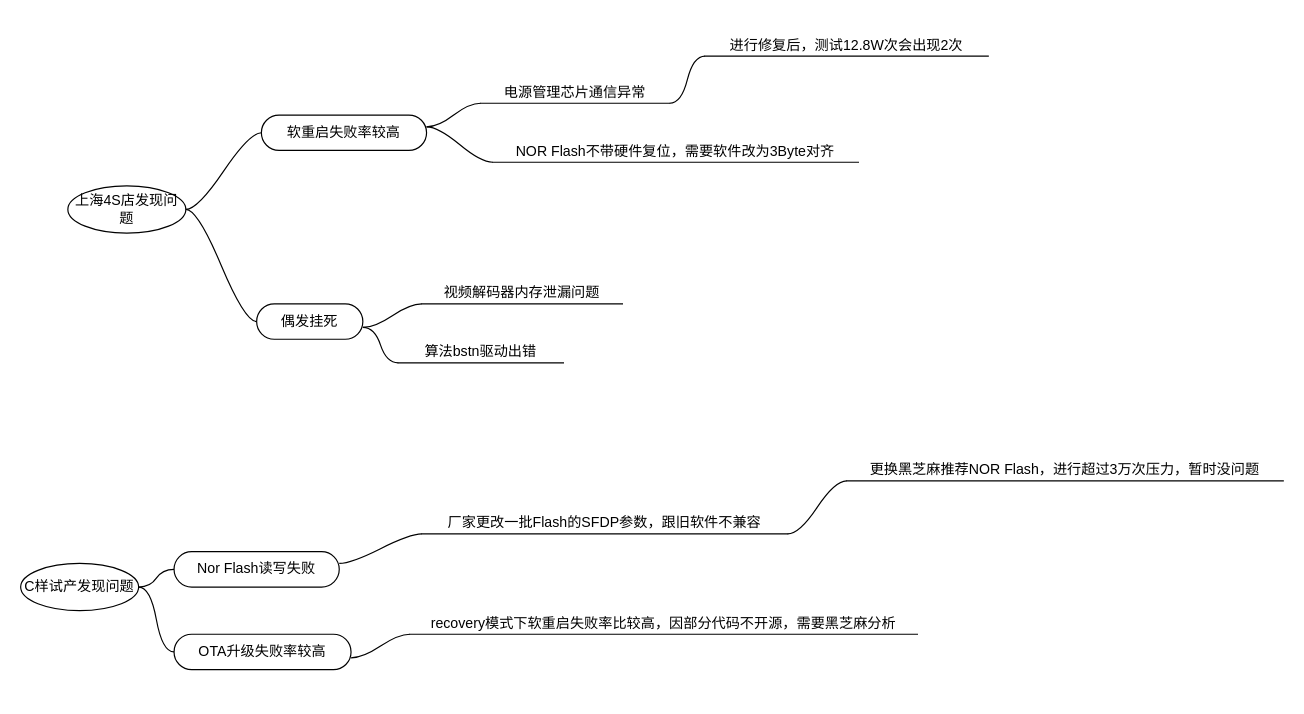
The draw.io diagram 未命名绘图.drawio in vellonj/PropScope, before the edit. Source tidied: cells renumbered, new cells numbered last; positions are measured from the earlier drawing's top-left corner, leaving out a move shared by most shapes. Both pictures are drawn from the tidied source at 118%, with x=0, y=0 at pixel (20, 20).
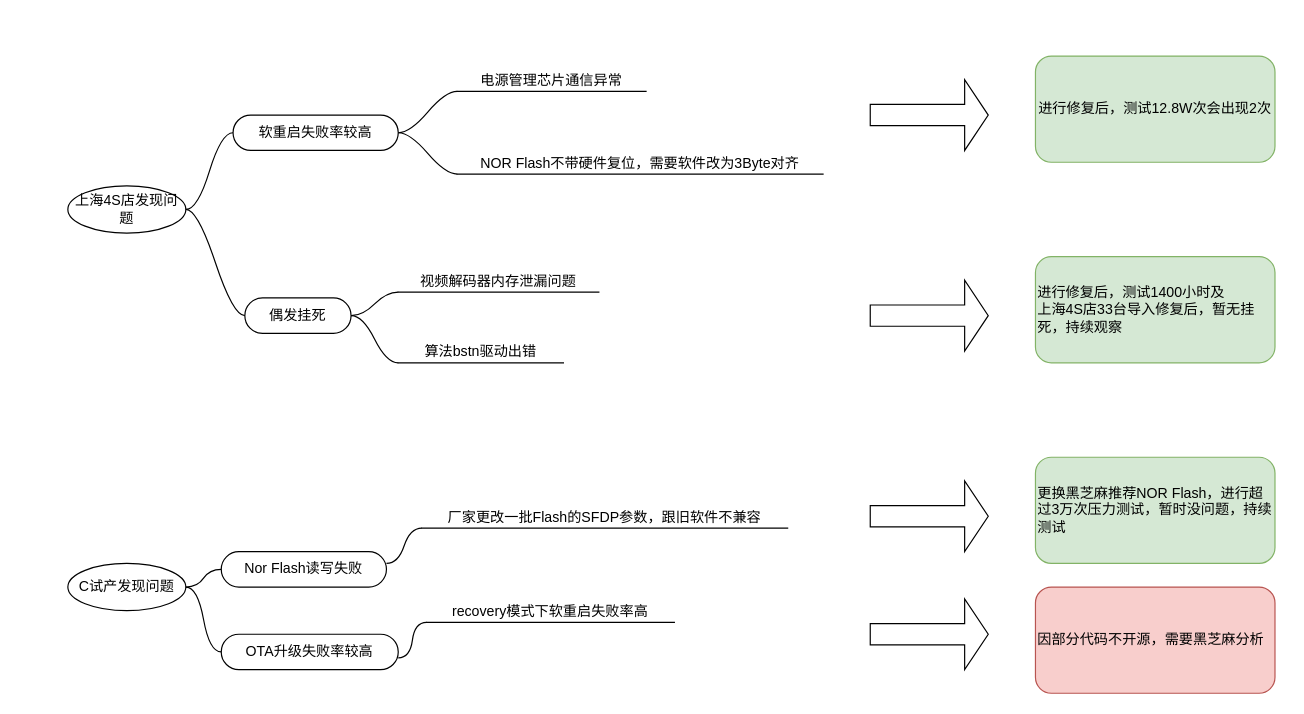
The same page after the edit.

Commit message (it also covers changes not shown here):
更新未命名绘图.drawio

The change refers to these unchanged cells:
```xml
<mxCell id="16" value="算法bstn驱动出错" style="whiteSpace=wrap;html=1;shape=partialRectangle;top=0;left=0;bottom=1;right=0;points=[[0,1],[1,1]];fillColor=none;align=center;verticalAlign=bottom;routingCenterY=0.5;snapToPoint=1;newEdgeStyle={&quot;edgeStyle&quot;:&quot;entityRelationEdgeStyle&quot;,&quot;startArrow&quot;:&quot;none&quot;,&quot;endArrow&quot;:&quot;none&quot;,&quot;segment&quot;:10,&quot;curved&quot;:1,&quot;sourcePerimeterSpacing&quot;:0,&quot;targetPerimeterSpacing&quot;:0};" parent="1" vertex="1">
  <mxGeometry x="320" y="260" width="140" height="30" as="geometry" />
</mxCell>
```

The edit, as a diff of the source:
```diff
@@
     <mxCell id="3" value="软重启失败率较高" style="whiteSpace=wrap;html=1;rounded=1;arcSize=50;align=center;verticalAlign=middle;strokeWidth=1;spacing=4;newEdgeStyle={&quot;edgeStyle&quot;:&quot;entityRelationEdgeStyle&quot;,&quot;startArrow&quot;:&quot;none&quot;,&quot;endArrow&quot;:&quot;none&quot;,&quot;segment&quot;:10,&quot;curved&quot;:1,&quot;sourcePerimeterSpacing&quot;:0,&quot;targetPerimeterSpacing&quot;:0};" parent="1" vertex="1">
-      <mxGeometry x="204" y="80" width="140" height="30" as="geometry" />
+      <mxGeometry x="180" y="80" width="140" height="30" as="geometry" />
     </mxCell>
@@
     <mxCell id="5" value="偶发挂死" style="whiteSpace=wrap;html=1;rounded=1;arcSize=50;align=center;verticalAlign=middle;strokeWidth=1;spacing=4;newEdgeStyle={&quot;edgeStyle&quot;:&quot;entityRelationEdgeStyle&quot;,&quot;startArrow&quot;:&quot;none&quot;,&quot;endArrow&quot;:&quot;none&quot;,&quot;segment&quot;:10,&quot;curved&quot;:1,&quot;sourcePerimeterSpacing&quot;:0,&quot;targetPerimeterSpacing&quot;:0};" parent="1" vertex="1">
-      <mxGeometry x="200" y="240" width="90" height="30" as="geometry" />
+      <mxGeometry x="190" y="235" width="90" height="30" as="geometry" />
     </mxCell>
@@
-    <mxCell id="7" value="C样试产发现问题" style="ellipse;whiteSpace=wrap;html=1;align=center;newEdgeStyle={&quot;edgeStyle&quot;:&quot;entityRelationEdgeStyle&quot;,&quot;startArrow&quot;:&quot;none&quot;,&quot;endArrow&quot;:&quot;none&quot;,&quot;segment&quot;:10,&quot;curved&quot;:1,&quot;sourcePerimeterSpacing&quot;:0,&quot;targetPerimeterSpacing&quot;:0};" parent="1" vertex="1">
-      <mxGeometry y="460" width="100" height="40" as="geometry" />
+    <mxCell id="7" value="C试产发现问题" style="ellipse;whiteSpace=wrap;html=1;align=center;newEdgeStyle={&quot;edgeStyle&quot;:&quot;entityRelationEdgeStyle&quot;,&quot;startArrow&quot;:&quot;none&quot;,&quot;endArrow&quot;:&quot;none&quot;,&quot;segment&quot;:10,&quot;curved&quot;:1,&quot;sourcePerimeterSpacing&quot;:0,&quot;targetPerimeterSpacing&quot;:0};" parent="1" vertex="1">
+      <mxGeometry x="40" y="460" width="100" height="40" as="geometry" />
     </mxCell>
     <mxCell id="8" value="OTA升级失败率较高" style="whiteSpace=wrap;html=1;rounded=1;arcSize=50;align=center;verticalAlign=middle;strokeWidth=1;spacing=4;newEdgeStyle={&quot;edgeStyle&quot;:&quot;entityRelationEdgeStyle&quot;,&quot;startArrow&quot;:&quot;none&quot;,&quot;endArrow&quot;:&quot;none&quot;,&quot;segment&quot;:10,&quot;curved&quot;:1,&quot;sourcePerimeterSpacing&quot;:0,&quot;targetPerimeterSpacing&quot;:0};" parent="1" vertex="1">
-      <mxGeometry x="130" y="520" width="150" height="30" as="geometry" />
+      <mxGeometry x="170" y="520" width="150" height="30" as="geometry" />
     </mxCell>
     <mxCell id="9" style="edgeStyle=entityRelationEdgeStyle;startArrow=none;endArrow=none;segment=10;curved=1;sourcePerimeterSpacing=0;targetPerimeterSpacing=0;rounded=0;" parent="1" edge="1" target="8">
       <mxGeometry relative="1" as="geometry">
-        <mxPoint x="100" y="480" as="sourcePoint" />
+        <mxPoint x="140" y="480" as="sourcePoint" />
       </mxGeometry>
     </mxCell>
     <mxCell id="10" value="Nor Flash读写失败" style="whiteSpace=wrap;html=1;rounded=1;arcSize=50;align=center;verticalAlign=middle;strokeWidth=1;spacing=4;newEdgeStyle={&quot;edgeStyle&quot;:&quot;entityRelationEdgeStyle&quot;,&quot;startArrow&quot;:&quot;none&quot;,&quot;endArrow&quot;:&quot;none&quot;,&quot;segment&quot;:10,&quot;curved&quot;:1,&quot;sourcePerimeterSpacing&quot;:0,&quot;targetPerimeterSpacing&quot;:0};" parent="1" vertex="1">
-      <mxGeometry x="130" y="450" width="140" height="30" as="geometry" />
+      <mxGeometry x="170" y="450" width="140" height="30" as="geometry" />
     </mxCell>
     <mxCell id="11" style="edgeStyle=entityRelationEdgeStyle;startArrow=none;endArrow=none;segment=10;curved=1;sourcePerimeterSpacing=0;targetPerimeterSpacing=0;rounded=0;" parent="1" edge="1" target="10">
       <mxGeometry relative="1" as="geometry">
-        <mxPoint x="100" y="480" as="sourcePoint" />
+        <mxPoint x="140" y="480" as="sourcePoint" />
       </mxGeometry>
     </mxCell>
     <mxCell id="12" value="电源管理芯片通信异常" style="whiteSpace=wrap;html=1;shape=partialRectangle;top=0;left=0;bottom=1;right=0;points=[[0,1],[1,1]];fillColor=none;align=center;verticalAlign=bottom;routingCenterY=0.5;snapToPoint=1;newEdgeStyle={&quot;edgeStyle&quot;:&quot;entityRelationEdgeStyle&quot;,&quot;startArrow&quot;:&quot;none&quot;,&quot;endArrow&quot;:&quot;none&quot;,&quot;segment&quot;:10,&quot;curved&quot;:1,&quot;sourcePerimeterSpacing&quot;:0,&quot;targetPerimeterSpacing&quot;:0};" parent="1" vertex="1">
-      <mxGeometry x="390" y="40" width="160" height="30" as="geometry" />
+      <mxGeometry x="370" y="30" width="160" height="30" as="geometry" />
     </mxCell>
-    <mxCell id="13" style="edgeStyle=entityRelationEdgeStyle;startArrow=none;endArrow=none;segment=10;curved=1;sourcePerimeterSpacing=0;targetPerimeterSpacing=0;rounded=0;" parent="1" edge="1" target="12">
-      <mxGeometry relative="1" as="geometry">
-        <mxPoint x="344" y="90" as="sourcePoint" />
-      </mxGeometry>
+    <mxCell id="13" style="edgeStyle=entityRelationEdgeStyle;startArrow=none;endArrow=none;segment=10;curved=1;sourcePerimeterSpacing=0;targetPerimeterSpacing=0;rounded=0;exitX=1;exitY=0.5;exitDx=0;exitDy=0;" parent="1" edge="1" source="3" target="12">
+      <mxGeometry relative="1" as="geometry" />
     </mxCell>
     <mxCell id="14" value="NOR Flash不带硬件复位，需要软件改为3Byte对齐" style="whiteSpace=wrap;html=1;shape=partialRectangle;top=0;left=0;bottom=1;right=0;points=[[0,1],[1,1]];fillColor=none;align=center;verticalAlign=bottom;routingCenterY=0.5;snapToPoint=1;newEdgeStyle={&quot;edgeStyle&quot;:&quot;entityRelationEdgeStyle&quot;,&quot;startArrow&quot;:&quot;none&quot;,&quot;endArrow&quot;:&quot;none&quot;,&quot;segment&quot;:10,&quot;curved&quot;:1,&quot;sourcePerimeterSpacing&quot;:0,&quot;targetPerimeterSpacing&quot;:0};" parent="1" vertex="1">
-      <mxGeometry x="400" y="90" width="310" height="30" as="geometry" />
+      <mxGeometry x="370" y="100" width="310" height="30" as="geometry" />
     </mxCell>
-    <mxCell id="15" style="edgeStyle=entityRelationEdgeStyle;startArrow=none;endArrow=none;segment=10;curved=1;sourcePerimeterSpacing=0;targetPerimeterSpacing=0;rounded=0;" parent="1" edge="1" target="14">
+    <mxCell id="15" style="edgeStyle=entityRelationEdgeStyle;startArrow=none;endArrow=none;segment=10;curved=1;sourcePerimeterSpacing=0;targetPerimeterSpacing=0;rounded=0;exitX=1;exitY=0.5;exitDx=0;exitDy=0;" parent="1" edge="1" source="3" target="14">
       <mxGeometry relative="1" as="geometry">
-        <mxPoint x="344" y="90" as="sourcePoint" />
+        <Array as="points">
+          <mxPoint x="350" y="100" />
+        </Array>
       </mxGeometry>
     </mxCell>
@@
-    <mxCell id="17" style="edgeStyle=entityRelationEdgeStyle;startArrow=none;endArrow=none;segment=10;curved=1;sourcePerimeterSpacing=0;targetPerimeterSpacing=0;rounded=0;" parent="1" edge="1" target="16">
-      <mxGeometry relative="1" as="geometry">
-        <mxPoint x="290" y="260" as="sourcePoint" />
-      </mxGeometry>
+    <mxCell id="17" style="edgeStyle=entityRelationEdgeStyle;startArrow=none;endArrow=none;segment=10;curved=1;sourcePerimeterSpacing=0;targetPerimeterSpacing=0;rounded=0;exitX=1;exitY=0.5;exitDx=0;exitDy=0;" parent="1" edge="1" source="5" target="16">
+      <mxGeometry relative="1" as="geometry" />
     </mxCell>
     <mxCell id="18" value="视频解码器内存泄漏问题" style="whiteSpace=wrap;html=1;shape=partialRectangle;top=0;left=0;bottom=1;right=0;points=[[0,1],[1,1]];fillColor=none;align=center;verticalAlign=bottom;routingCenterY=0.5;snapToPoint=1;newEdgeStyle={&quot;edgeStyle&quot;:&quot;entityRelationEdgeStyle&quot;,&quot;startArrow&quot;:&quot;none&quot;,&quot;endArrow&quot;:&quot;none&quot;,&quot;segment&quot;:10,&quot;curved&quot;:1,&quot;sourcePerimeterSpacing&quot;:0,&quot;targetPerimeterSpacing&quot;:0};" parent="1" vertex="1">
-      <mxGeometry x="340" y="210" width="170" height="30" as="geometry" />
+      <mxGeometry x="320" y="200" width="170" height="30" as="geometry" />
     </mxCell>
-    <mxCell id="19" style="edgeStyle=entityRelationEdgeStyle;startArrow=none;endArrow=none;segment=10;curved=1;sourcePerimeterSpacing=0;targetPerimeterSpacing=0;rounded=0;" parent="1" edge="1" target="18">
-      <mxGeometry relative="1" as="geometry">
-        <mxPoint x="290" y="260" as="sourcePoint" />
-      </mxGeometry>
+    <mxCell id="19" style="edgeStyle=entityRelationEdgeStyle;startArrow=none;endArrow=none;segment=10;curved=1;sourcePerimeterSpacing=0;targetPerimeterSpacing=0;rounded=0;exitX=1;exitY=0.5;exitDx=0;exitDy=0;" parent="1" edge="1" source="5" target="18">
+      <mxGeometry relative="1" as="geometry" />
     </mxCell>
     <mxCell id="20" value="厂家更改一批Flash的SFDP参数，跟旧软件不兼容" style="whiteSpace=wrap;html=1;shape=partialRectangle;top=0;left=0;bottom=1;right=0;points=[[0,1],[1,1]];fillColor=none;align=center;verticalAlign=bottom;routingCenterY=0.5;snapToPoint=1;newEdgeStyle={&quot;edgeStyle&quot;:&quot;entityRelationEdgeStyle&quot;,&quot;startArrow&quot;:&quot;none&quot;,&quot;endArrow&quot;:&quot;none&quot;,&quot;segment&quot;:10,&quot;curved&quot;:1,&quot;sourcePerimeterSpacing&quot;:0,&quot;targetPerimeterSpacing&quot;:0};" parent="1" vertex="1">
-      <mxGeometry x="340" y="405" width="310" height="30" as="geometry" />
+      <mxGeometry x="340" y="400" width="310" height="30" as="geometry" />
     </mxCell>
     <mxCell id="21" style="edgeStyle=entityRelationEdgeStyle;startArrow=none;endArrow=none;segment=10;curved=1;sourcePerimeterSpacing=0;targetPerimeterSpacing=0;rounded=0;" parent="1" edge="1" target="20">
       <mxGeometry relative="1" as="geometry">
-        <mxPoint x="270" y="460" as="sourcePoint" />
+        <mxPoint x="310" y="460" as="sourcePoint" />
       </mxGeometry>
     </mxCell>
-    <mxCell id="22" value="recovery模式下软重启失败率比较高，因部分代码不开源，需要黑芝麻分析" style="whiteSpace=wrap;html=1;shape=partialRectangle;top=0;left=0;bottom=1;right=0;points=[[0,1],[1,1]];fillColor=none;align=center;verticalAlign=bottom;routingCenterY=0.5;snapToPoint=1;newEdgeStyle={&quot;edgeStyle&quot;:&quot;entityRelationEdgeStyle&quot;,&quot;startArrow&quot;:&quot;none&quot;,&quot;endArrow&quot;:&quot;none&quot;,&quot;segment&quot;:10,&quot;curved&quot;:1,&quot;sourcePerimeterSpacing&quot;:0,&quot;targetPerimeterSpacing&quot;:0};" parent="1" vertex="1">
-      <mxGeometry x="330" y="490" width="430" height="30" as="geometry" />
+    <mxCell id="22" value="recovery模式下软重启失败率高" style="whiteSpace=wrap;html=1;shape=partialRectangle;top=0;left=0;bottom=1;right=0;points=[[0,1],[1,1]];fillColor=none;align=center;verticalAlign=bottom;routingCenterY=0.5;snapToPoint=1;newEdgeStyle={&quot;edgeStyle&quot;:&quot;entityRelationEdgeStyle&quot;,&quot;startArrow&quot;:&quot;none&quot;,&quot;endArrow&quot;:&quot;none&quot;,&quot;segment&quot;:10,&quot;curved&quot;:1,&quot;sourcePerimeterSpacing&quot;:0,&quot;targetPerimeterSpacing&quot;:0};" parent="1" vertex="1">
+      <mxGeometry x="344" y="480" width="210" height="30" as="geometry" />
     </mxCell>
     <mxCell id="23" style="edgeStyle=entityRelationEdgeStyle;startArrow=none;endArrow=none;segment=10;curved=1;sourcePerimeterSpacing=0;targetPerimeterSpacing=0;rounded=0;" parent="1" edge="1" target="22">
       <mxGeometry relative="1" as="geometry">
-        <mxPoint x="280" y="540" as="sourcePoint" />
+        <mxPoint x="320" y="540" as="sourcePoint" />
       </mxGeometry>
     </mxCell>
-    <mxCell id="24" value="进行修复后，测试12.8W次会出现2次" style="whiteSpace=wrap;html=1;shape=partialRectangle;top=0;left=0;bottom=1;right=0;points=[[0,1],[1,1]];fillColor=none;align=center;verticalAlign=bottom;routingCenterY=0.5;snapToPoint=1;newEdgeStyle={&quot;edgeStyle&quot;:&quot;entityRelationEdgeStyle&quot;,&quot;startArrow&quot;:&quot;none&quot;,&quot;endArrow&quot;:&quot;none&quot;,&quot;segment&quot;:10,&quot;curved&quot;:1,&quot;sourcePerimeterSpacing&quot;:0,&quot;targetPerimeterSpacing&quot;:0};" parent="1" vertex="1">
-      <mxGeometry x="580" width="240" height="30" as="geometry" />
+    <mxCell id="24" value="进行修复后，测试12.8W次会出现2次" style="rounded=1;whiteSpace=wrap;html=1;fillColor=#d5e8d4;strokeColor=#82b366;" parent="1" vertex="1">
+      <mxGeometry x="860" y="30" width="203" height="90" as="geometry" />
     </mxCell>
-    <mxCell id="25" style="edgeStyle=entityRelationEdgeStyle;startArrow=none;endArrow=none;segment=10;curved=1;sourcePerimeterSpacing=0;targetPerimeterSpacing=0;rounded=0;" parent="1" edge="1" target="24">
-      <mxGeometry relative="1" as="geometry">
-        <mxPoint x="550" y="70" as="sourcePoint" />
-      </mxGeometry>
-    </mxCell>
-    <mxCell id="26" value="更换黑芝麻推荐NOR Flash，进行超过3万次压力，暂时没问题" style="whiteSpace=wrap;html=1;shape=partialRectangle;top=0;left=0;bottom=1;right=0;points=[[0,1],[1,1]];fillColor=none;align=center;verticalAlign=bottom;routingCenterY=0.5;snapToPoint=1;newEdgeStyle={&quot;edgeStyle&quot;:&quot;entityRelationEdgeStyle&quot;,&quot;startArrow&quot;:&quot;none&quot;,&quot;endArrow&quot;:&quot;none&quot;,&quot;segment&quot;:10,&quot;curved&quot;:1,&quot;sourcePerimeterSpacing&quot;:0,&quot;targetPerimeterSpacing&quot;:0};" parent="1" vertex="1">
-      <mxGeometry x="700" y="360" width="370" height="30" as="geometry" />
-    </mxCell>
-    <mxCell id="27" style="edgeStyle=entityRelationEdgeStyle;startArrow=none;endArrow=none;segment=10;curved=1;sourcePerimeterSpacing=0;targetPerimeterSpacing=0;rounded=0;" parent="1" edge="1" target="26">
-      <mxGeometry relative="1" as="geometry">
-        <mxPoint x="650" y="435" as="sourcePoint" />
-      </mxGeometry>
-    </mxCell>
+    <mxCell id="28" style="shape=singleArrow;whiteSpace=wrap;html=1;" parent="1" vertex="1">
+      <mxGeometry x="720" y="50" width="100" height="60" as="geometry" />
+    </mxCell>
+    <mxCell id="29" value="进行修复后，测试1400小时及&lt;div&gt;上海4S店33台导入修复后，暂无挂死，持续观察&lt;/div&gt;" style="rounded=1;whiteSpace=wrap;html=1;fillColor=#d5e8d4;strokeColor=#82b366;align=left;" parent="1" vertex="1">
+      <mxGeometry x="860" y="200" width="203" height="90" as="geometry" />
+    </mxCell>
+    <mxCell id="30" style="shape=singleArrow;whiteSpace=wrap;html=1;" parent="1" vertex="1">
+      <mxGeometry x="720" y="220" width="100" height="60" as="geometry" />
+    </mxCell>
+    <mxCell id="31" value="更换黑芝麻推荐NOR Flash，进行超过3万次压力测试，暂时没问题，持续测试" style="rounded=1;whiteSpace=wrap;html=1;fillColor=#d5e8d4;strokeColor=#82b366;align=left;" parent="1" vertex="1">
+      <mxGeometry x="860" y="370" width="203" height="90" as="geometry" />
+    </mxCell>
+    <mxCell id="32" style="shape=singleArrow;whiteSpace=wrap;html=1;" parent="1" vertex="1">
+      <mxGeometry x="720" y="390" width="100" height="60" as="geometry" />
+    </mxCell>
+    <mxCell id="33" value="因部分代码不开源，需要黑芝麻分析" style="rounded=1;whiteSpace=wrap;html=1;fillColor=#f8cecc;strokeColor=#b85450;align=left;" parent="1" vertex="1">
+      <mxGeometry x="860" y="480" width="203" height="90" as="geometry" />
+    </mxCell>
+    <mxCell id="34" style="shape=singleArrow;whiteSpace=wrap;html=1;" parent="1" vertex="1">
+      <mxGeometry x="720" y="490" width="100" height="60" as="geometry" />
+    </mxCell>
```
